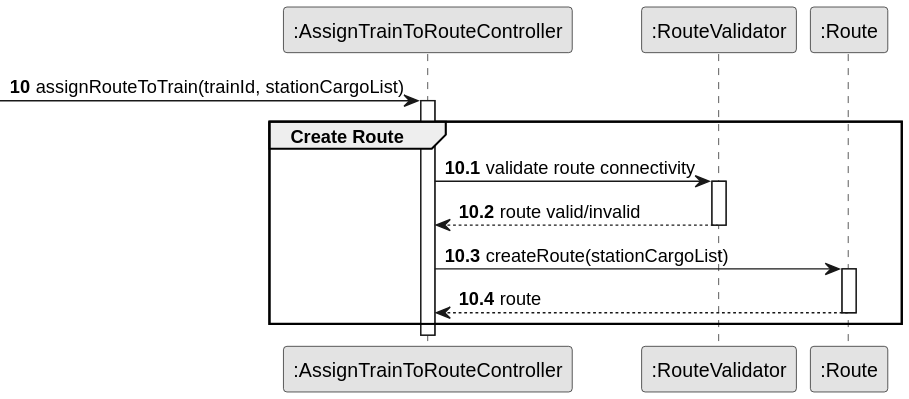
This is docs/system-documentation/US010/03.design/svg/US010-SD-partial-create-route.svg from 1240826/empire-on-tracks, a PlantUML export, as it was before one commit. Source of this version:
```plantuml
@startuml
skinparam monochrome true
skinparam packageStyle rectangle
skinparam shadowing false


participant ":AssignTrainToRouteController" as Controller
participant ":RouteValidator" as Validator
participant ":Route" as Route

autonumber 10
 -> Controller : assignRouteToTrain(trainId, stationCargoList)
autonumber 10.1
activate Controller
    group Create Route

        Controller -> Validator : validate route connectivity
        activate Validator
            Validator --> Controller : route valid/invalid
        deactivate Validator

        Controller -> Route : createRoute(stationCargoList)
        activate Route
            Route --> Controller : route
        deactivate Route

    end
@enduml
```
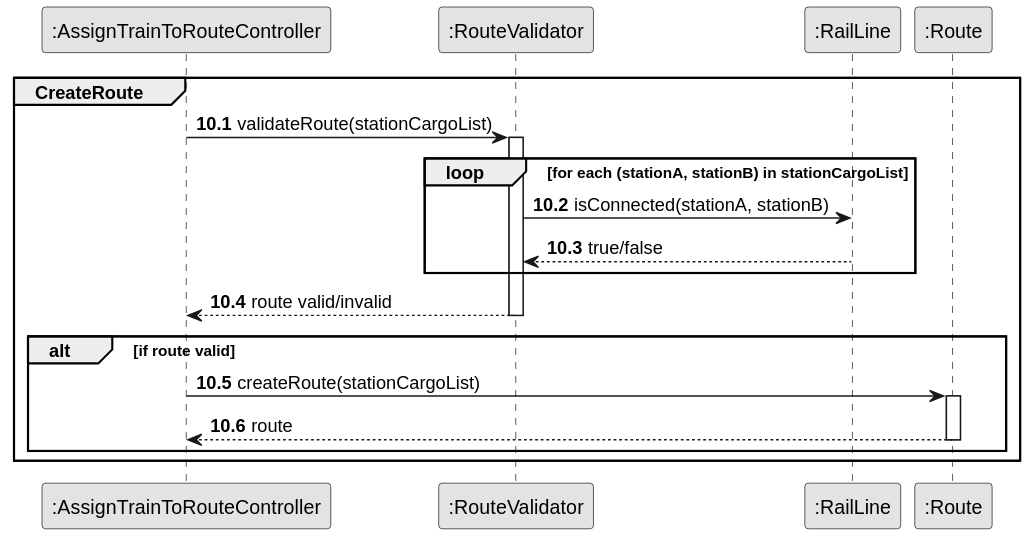
After the change.

Change to the diagram source:
```diff
@@ -3,26 +3,30 @@
 skinparam packageStyle rectangle
 skinparam shadowing false
 
+participant ":AssignTrainToRouteController" as Controller
+participant ":RouteValidator"                   as Validator
+participant ":RailLine"                         as RailLine
+participant ":Route"                            as Route
 
-participant ":AssignTrainToRouteController" as Controller
-participant ":RouteValidator" as Validator
-participant ":Route" as Route
+autonumber 10.1
 
-autonumber 10
- -> Controller : assignRouteToTrain(trainId, stationCargoList)
-autonumber 10.1
-activate Controller
-    group Create Route
+group CreateRoute
+    Controller -> Validator : validateRoute(stationCargoList)
+    activate Validator
 
-        Controller -> Validator : validate route connectivity
-        activate Validator
-            Validator --> Controller : route valid/invalid
-        deactivate Validator
+    loop for each (stationA, stationB) in stationCargoList
+        Validator -> RailLine : isConnected(stationA, stationB)
+        RailLine --> Validator   : true/false
+    end
 
+    Validator --> Controller : route valid/invalid
+    deactivate Validator
+
+    alt if route valid
         Controller -> Route : createRoute(stationCargoList)
         activate Route
-            Route --> Controller : route
+        Route --> Controller : route
         deactivate Route
-
     end
+end
 @enduml
```
